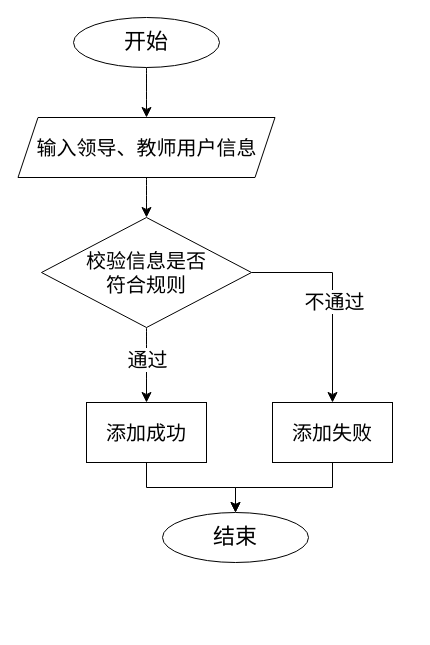
yuglei/design keeps this draw.io diagram as page "添加领导教师信息流程图" (25 of 47) of 系统结构图.drawio. Above is the earlier version. Source tidied: cells renumbered, new cells numbered last; positions are measured from the earlier drawing's top-left corner, leaving out a move shared by most shapes. Both pictures are drawn from the tidied source at 100%, with x=0, y=0 at pixel (18, 17).
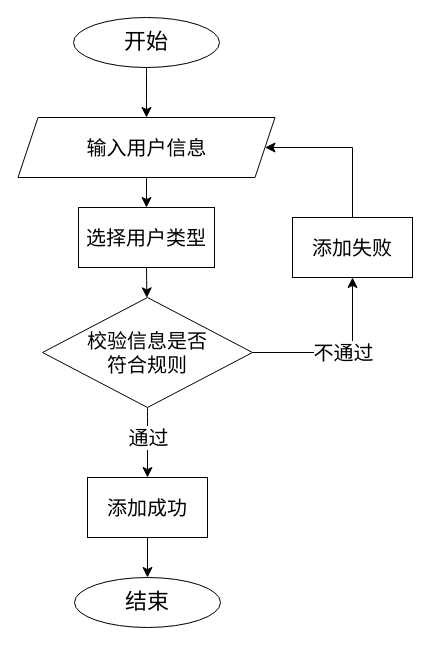
After the change.

The edit, as a diff of the source:
```diff
@@
-    <mxCell id="4" style="edgeStyle=none;curved=1;rounded=0;jettySize=auto;html=1;exitX=0.5;exitY=1;exitDx=0;exitDy=0;entryX=0.5;entryY=0;entryDx=0;entryDy=0;fontSize=12;startSize=8;endSize=8;" parent="1" edge="1" source="5" target="10">
-      <mxGeometry relative="1" as="geometry" />
-    </mxCell>
+    <mxCell id="16" style="edgeStyle=none;curved=1;rounded=0;jettySize=auto;html=1;exitX=0.5;exitY=1;exitDx=0;exitDy=0;fontSize=12;startSize=8;endSize=8;" parent="1" edge="1" source="5" target="19">
+      <mxGeometry relative="1" as="geometry" />
+    </mxCell>
-    <mxCell id="5" value="&lt;span style=&quot;font-size: 20px;&quot;&gt;输入领导、教师用户信息&lt;/span&gt;" style="shape=parallelogram;perimeter=parallelogramPerimeter;whiteSpace=wrap;html=1;fixedSize=1;" parent="1" vertex="1">
+    <mxCell id="5" value="&lt;span style=&quot;font-size: 20px;&quot;&gt;输入用户信息&lt;/span&gt;" style="shape=parallelogram;perimeter=parallelogramPerimeter;whiteSpace=wrap;html=1;fixedSize=1;" parent="1" vertex="1">
       <mxGeometry x="-0.5" y="100" width="257" height="60" as="geometry" />
     </mxCell>
-    <mxCell id="6" style="edgeStyle=orthogonalEdgeStyle;rounded=0;jettySize=auto;html=1;exitX=1;exitY=0.5;exitDx=0;exitDy=0;fontSize=12;startSize=8;endSize=8;entryX=0.5;entryY=0;entryDx=0;entryDy=0;" parent="1" edge="1" source="10" target="15">
+    <mxCell id="6" style="edgeStyle=orthogonalEdgeStyle;rounded=0;jettySize=auto;html=1;exitX=1;exitY=0.5;exitDx=0;exitDy=0;fontSize=12;startSize=8;endSize=8;entryX=0.5;entryY=1;entryDx=0;entryDy=0;" parent="1" edge="1" source="10" target="15">
       <mxGeometry relative="1" as="geometry">
         <Array as="points">
-          <mxPoint x="314" y="255" />
+          <mxPoint x="334" y="335" />
         </Array>
       </mxGeometry>
     </mxCell>
@@
     <mxCell id="10" value="&lt;span style=&quot;font-size: 20px;&quot;&gt;校验信息是否&lt;/span&gt;&lt;div&gt;&lt;span style=&quot;font-size: 20px;&quot;&gt;符合规则&lt;/span&gt;&lt;/div&gt;" style="rhombus;whiteSpace=wrap;html=1;" parent="1" vertex="1">
-      <mxGeometry x="23" y="200" width="210" height="110" as="geometry" />
+      <mxGeometry x="24" y="280" width="210" height="110" as="geometry" />
     </mxCell>
@@
     <mxCell id="12" value="&lt;font style=&quot;font-size: 20px;&quot;&gt;添加成功&lt;/font&gt;" style="rounded=0;whiteSpace=wrap;html=1;" parent="1" vertex="1">
-      <mxGeometry x="68" y="385" width="120" height="60" as="geometry" />
+      <mxGeometry x="69" y="460" width="120" height="60" as="geometry" />
     </mxCell>
     <mxCell id="13" value="&lt;font style=&quot;font-size: 22px;&quot;&gt;结束&lt;/font&gt;" style="ellipse;whiteSpace=wrap;html=1;" parent="1" vertex="1">
-      <mxGeometry x="144" y="495" width="146" height="50" as="geometry" />
+      <mxGeometry x="56" y="560" width="146" height="50" as="geometry" />
     </mxCell>
-    <mxCell id="14" style="edgeStyle=orthogonalEdgeStyle;rounded=0;jettySize=auto;html=1;exitX=0.5;exitY=1;exitDx=0;exitDy=0;entryX=0.5;entryY=0;entryDx=0;entryDy=0;fontSize=12;startSize=8;endSize=8;" parent="1" edge="1" source="15" target="13">
-      <mxGeometry relative="1" as="geometry" />
-    </mxCell>
+    <mxCell id="17" style="edgeStyle=orthogonalEdgeStyle;rounded=0;jettySize=auto;html=1;exitX=0.5;exitY=0;exitDx=0;exitDy=0;entryX=1;entryY=0.5;entryDx=0;entryDy=0;fontSize=12;startSize=8;endSize=8;" parent="1" edge="1" source="15" target="5">
+      <mxGeometry relative="1" as="geometry">
+        <Array as="points">
+          <mxPoint x="334" y="130" />
+        </Array>
+      </mxGeometry>
+    </mxCell>
     <mxCell id="15" value="&lt;font style=&quot;font-size: 20px;&quot;&gt;添加失败&lt;/font&gt;" style="rounded=0;whiteSpace=wrap;html=1;" parent="1" vertex="1">
-      <mxGeometry x="254" y="385" width="120" height="60" as="geometry" />
+      <mxGeometry x="274" y="200" width="120" height="60" as="geometry" />
     </mxCell>
+    <mxCell id="18" style="edgeStyle=none;curved=1;rounded=0;jettySize=auto;html=1;exitX=0.5;exitY=1;exitDx=0;exitDy=0;fontSize=12;startSize=8;endSize=8;" parent="1" edge="1" source="19" target="10">
+      <mxGeometry relative="1" as="geometry" />
+    </mxCell>
+    <mxCell id="19" value="&lt;span style=&quot;font-size: 20px;&quot;&gt;选择用户类型&lt;/span&gt;" style="rounded=0;whiteSpace=wrap;html=1;" parent="1" vertex="1">
+      <mxGeometry x="60" y="190" width="136" height="60" as="geometry" />
+    </mxCell>
```
